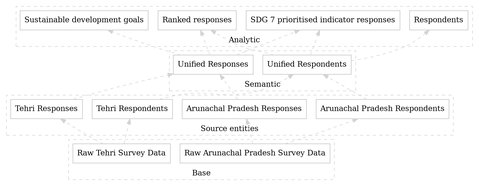
softloud/giveadam keeps this Graphviz diagram as observability/figures/architecture.png. Above is the earlier version. Its source is kept beside it as observability/dot/architecture.dot.
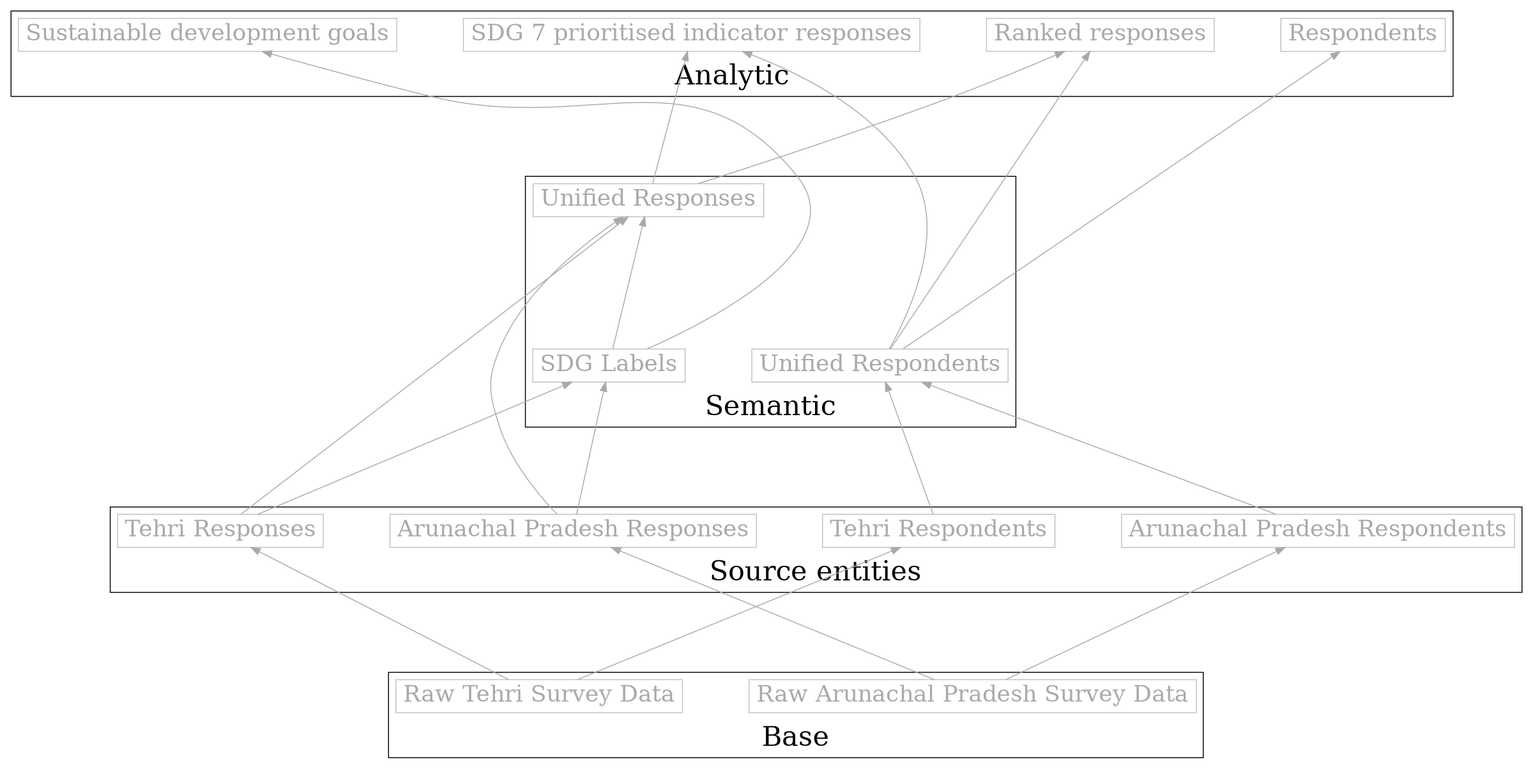
Later version of the same file.

The edit, as a diff of the source:
```diff
@@ -1,16 +1,24 @@
 digraph architecture {
-  style=dashed
-  color=grey
-  edge[style=dashed, color=lightgrey]
-  node[shape=box, color=grey]
+  # style=dashed
+  # color=darkgrey
+  fontsize=30
+  # fontcolor=darkgrey
+  edge[
+    # style=dashed
+    color=darkgrey
+  ]
+  node[shape=box, color=grey, fontsize=25, fontcolor=darkgrey]
   rankdir=BT
-  size="8,6!"
-  # dpi=300
+  size="14,6!"
+  dpi=300
+  nodesep=1.0
+  ranksep=2.0
+
 
   subgraph cluster_base {
     label="Base"
-    color=lightgrey
-    style=dashed
+    # color=lightgrey
+    # style=dashed
     edge[style=dotted, color=lightgrey]
 
     arunachal [label="Raw Arunachal Pradesh Survey Data"]
@@ -19,8 +27,8 @@
 
   subgraph cluster_se {
     label="Source entities"
-    color=lightgrey
-    style=dashed
+    # color=lightgrey
+    # style=dashed
     edge[style=dotted, color=lightgrey]
 
     respondents_arunachal [label="Arunachal Pradesh Respondents"]
@@ -32,18 +40,19 @@
 
   subgraph cluster_sem {
     label="Semantic"
-    color=lightgrey
-    style=dashed
+    # color=lightgrey
+    # style=dashed
     edge[style=dotted, color=lightgrey]
 
     respondents [label="Unified Respondents"]
     responses [label="Unified Responses"]
+    sdg_labels [label="SDG Labels"]
   }
 
   subgraph cluster_ana {
     label="Analytic"
-    color=lightgrey
-    style=dashed
+    # color=lightgrey
+    # style=dashed
     edge[style=dotted, color=lightgrey]
 
     ana_responses [label = "Ranked responses"]
@@ -63,9 +72,13 @@
   responses -> ana_responses
   respondents -> ana_respondents
   respondents -> ana_responses
-  responses -> ana_sdg
+  sdg_labels -> ana_sdg
   responses -> ana_sdg7
   respondents -> ana_sdg7
+  responses_tehri -> sdg_labels
+  responses_arunachal -> sdg_labels
+  sdg_labels -> responses
+
 
 
 }
```
